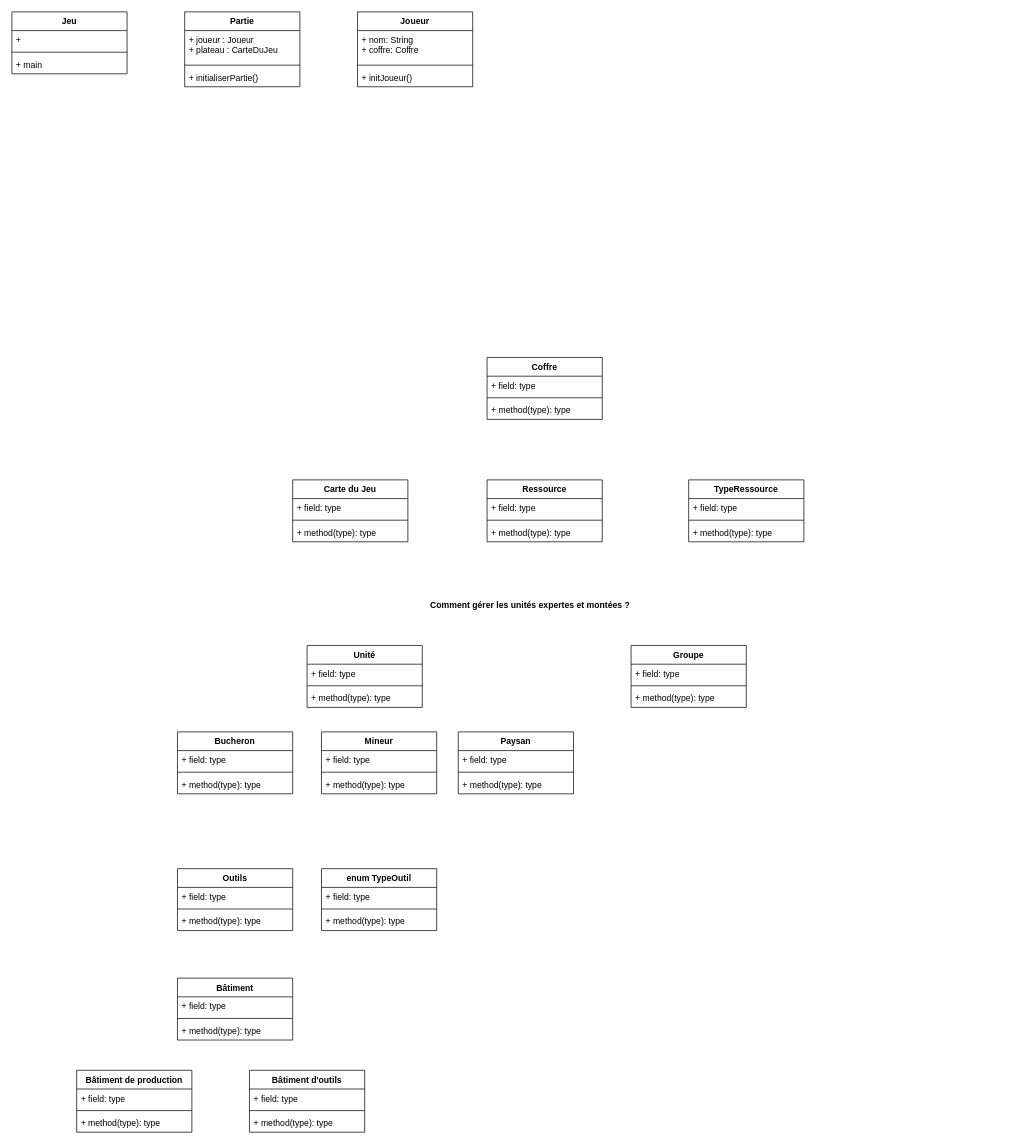
Before: uml.drawio in juchrt/jeu-strateges, a draw.io diagram. Source tidied: cells renumbered, new cells numbered last; positions are measured from the earlier drawing's top-left corner, leaving out a move shared by most shapes. Both pictures are drawn from the tidied source at 72%, with x=0, y=0 at pixel (12, 12).
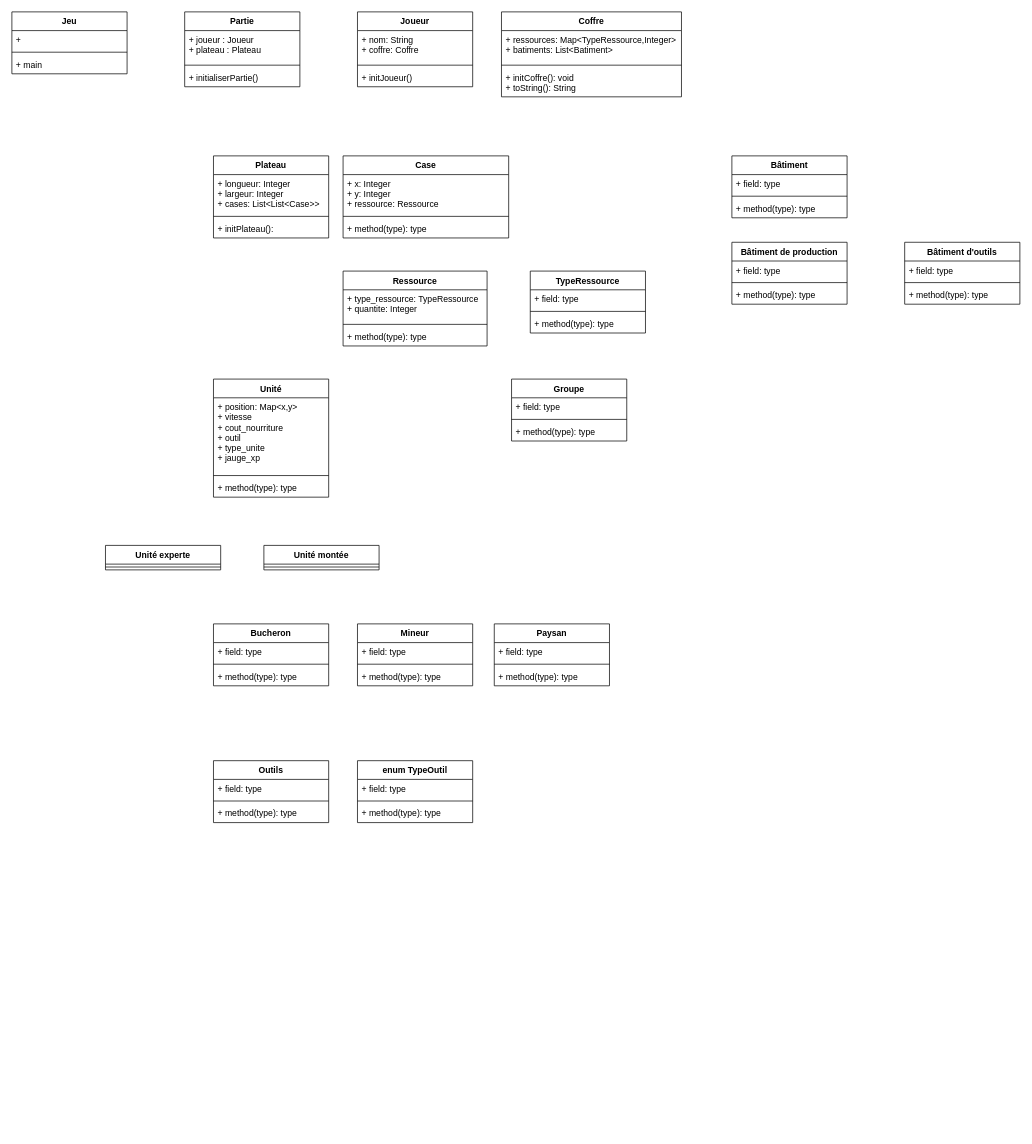
After the change.

Unchanged cells that the change refers to:
```xml
<mxCell id="63" value="Partie" style="swimlane;fontStyle=1;align=center;verticalAlign=top;horizontal=1;startSize=26;" parent="1" vertex="1">
  <mxGeometry x="240" width="160" height="104" as="geometry" />
</mxCell>
```

Change to the diagram source:
```diff
@@
     <mxCell id="2" value="Unité" style="swimlane;fontStyle=1;align=center;verticalAlign=top;horizontal=1;startSize=26;" parent="1" vertex="1">
-      <mxGeometry x="410" y="880" width="160" height="86" as="geometry" />
+      <mxGeometry x="280" y="510" width="160" height="164" as="geometry" />
     </mxCell>
-    <mxCell id="3" value="+ field: type" style="text;strokeColor=none;fillColor=none;align=left;verticalAlign=top;spacingLeft=4;spacingRight=4;overflow=hidden;" parent="2" vertex="1">
-      <mxGeometry y="26" width="160" height="26" as="geometry" />
+    <mxCell id="3" value="+ position: Map&lt;x,y&gt;&#10;+ vitesse&#10;+ cout_nourriture&#10;+ outil&#10;+ type_unite&#10;+ jauge_xp" style="text;strokeColor=none;fillColor=none;align=left;verticalAlign=top;spacingLeft=4;spacingRight=4;overflow=hidden;" parent="2" vertex="1">
+      <mxGeometry y="26" width="160" height="104" as="geometry" />
     </mxCell>
     <mxCell id="4" style="line;strokeWidth=1;fillColor=none;align=left;verticalAlign=middle;spacingTop=-1;spacingLeft=3;spacingRight=3;labelPosition=right;strokeColor=inherit;" parent="2" vertex="1">
-      <mxGeometry y="52" width="160" height="8" as="geometry" />
+      <mxGeometry y="130" width="160" height="8" as="geometry" />
     </mxCell>
     <mxCell id="5" value="+ method(type): type" style="text;strokeColor=none;fillColor=none;align=left;verticalAlign=top;spacingLeft=4;spacingRight=4;overflow=hidden;" parent="2" vertex="1">
-      <mxGeometry y="60" width="160" height="26" as="geometry" />
+      <mxGeometry y="138" width="160" height="26" as="geometry" />
     </mxCell>
     <mxCell id="6" value="Bucheron" style="swimlane;fontStyle=1;align=center;verticalAlign=top;horizontal=1;startSize=26;" parent="1" vertex="1">
-      <mxGeometry x="230" y="1000" width="160" height="86" as="geometry" />
+      <mxGeometry x="280" y="850" width="160" height="86" as="geometry" />
     </mxCell>
@@
     <mxCell id="10" value="Mineur" style="swimlane;fontStyle=1;align=center;verticalAlign=top;horizontal=1;startSize=26;" parent="1" vertex="1">
-      <mxGeometry x="430" y="1000" width="160" height="86" as="geometry" />
+      <mxGeometry x="480" y="850" width="160" height="86" as="geometry" />
     </mxCell>
@@
     <mxCell id="14" value="Paysan" style="swimlane;fontStyle=1;align=center;verticalAlign=top;horizontal=1;startSize=26;" parent="1" vertex="1">
-      <mxGeometry x="620" y="1000" width="160" height="86" as="geometry" />
+      <mxGeometry x="670" y="850" width="160" height="86" as="geometry" />
     </mxCell>
@@
     <mxCell id="18" value="Groupe" style="swimlane;fontStyle=1;align=center;verticalAlign=top;horizontal=1;startSize=26;" parent="1" vertex="1">
-      <mxGeometry x="860" y="880" width="160" height="86" as="geometry" />
+      <mxGeometry x="694" y="510" width="160" height="86" as="geometry" />
     </mxCell>
@@
-    <mxCell id="22" value="Carte du Jeu" style="swimlane;fontStyle=1;align=center;verticalAlign=top;horizontal=1;startSize=26;" parent="1" vertex="1">
-      <mxGeometry x="390" y="650" width="160" height="86" as="geometry" />
+    <mxCell id="22" value="Plateau" style="swimlane;fontStyle=1;align=center;verticalAlign=top;horizontal=1;startSize=26;" parent="1" vertex="1">
+      <mxGeometry x="280" y="200" width="160" height="114" as="geometry" />
     </mxCell>
-    <mxCell id="23" value="+ field: type" style="text;strokeColor=none;fillColor=none;align=left;verticalAlign=top;spacingLeft=4;spacingRight=4;overflow=hidden;" parent="22" vertex="1">
-      <mxGeometry y="26" width="160" height="26" as="geometry" />
+    <mxCell id="23" value="+ longueur: Integer&#10;+ largeur: Integer&#10;+ cases: List&lt;List&lt;Case&gt;&gt;" style="text;strokeColor=none;fillColor=none;align=left;verticalAlign=top;spacingLeft=4;spacingRight=4;overflow=hidden;" parent="22" vertex="1">
+      <mxGeometry y="26" width="160" height="54" as="geometry" />
     </mxCell>
     <mxCell id="24" style="line;strokeWidth=1;fillColor=none;align=left;verticalAlign=middle;spacingTop=-1;spacingLeft=3;spacingRight=3;labelPosition=right;strokeColor=inherit;" parent="22" vertex="1">
-      <mxGeometry y="52" width="160" height="8" as="geometry" />
+      <mxGeometry y="80" width="160" height="8" as="geometry" />
     </mxCell>
-    <mxCell id="25" value="+ method(type): type" style="text;strokeColor=none;fillColor=none;align=left;verticalAlign=top;spacingLeft=4;spacingRight=4;overflow=hidden;" parent="22" vertex="1">
-      <mxGeometry y="60" width="160" height="26" as="geometry" />
+    <mxCell id="25" value="+ initPlateau(): " style="text;strokeColor=none;fillColor=none;align=left;verticalAlign=top;spacingLeft=4;spacingRight=4;overflow=hidden;" parent="22" vertex="1">
+      <mxGeometry y="88" width="160" height="26" as="geometry" />
     </mxCell>
     <mxCell id="26" value="Ressource" style="swimlane;fontStyle=1;align=center;verticalAlign=top;horizontal=1;startSize=26;" parent="1" vertex="1">
-      <mxGeometry x="660" y="650" width="160" height="86" as="geometry" />
+      <mxGeometry x="460" y="360" width="200" height="104" as="geometry" />
     </mxCell>
-    <mxCell id="27" value="+ field: type" style="text;strokeColor=none;fillColor=none;align=left;verticalAlign=top;spacingLeft=4;spacingRight=4;overflow=hidden;" parent="26" vertex="1">
-      <mxGeometry y="26" width="160" height="26" as="geometry" />
+    <mxCell id="27" value="+ type_ressource: TypeRessource&#10;+ quantite: Integer" style="text;strokeColor=none;fillColor=none;align=left;verticalAlign=top;spacingLeft=4;spacingRight=4;overflow=hidden;" parent="26" vertex="1">
+      <mxGeometry y="26" width="200" height="44" as="geometry" />
     </mxCell>
     <mxCell id="28" style="line;strokeWidth=1;fillColor=none;align=left;verticalAlign=middle;spacingTop=-1;spacingLeft=3;spacingRight=3;labelPosition=right;strokeColor=inherit;" parent="26" vertex="1">
-      <mxGeometry y="52" width="160" height="8" as="geometry" />
+      <mxGeometry y="70" width="200" height="8" as="geometry" />
     </mxCell>
     <mxCell id="29" value="+ method(type): type" style="text;strokeColor=none;fillColor=none;align=left;verticalAlign=top;spacingLeft=4;spacingRight=4;overflow=hidden;" parent="26" vertex="1">
-      <mxGeometry y="60" width="160" height="26" as="geometry" />
+      <mxGeometry y="78" width="200" height="26" as="geometry" />
     </mxCell>
     <mxCell id="30" value="TypeRessource" style="swimlane;fontStyle=1;align=center;verticalAlign=top;horizontal=1;startSize=26;" parent="1" vertex="1">
-      <mxGeometry x="940" y="650" width="160" height="86" as="geometry" />
+      <mxGeometry x="720" y="360" width="160" height="86" as="geometry" />
     </mxCell>
@@
     <mxCell id="38" value="Coffre" style="swimlane;fontStyle=1;align=center;verticalAlign=top;horizontal=1;startSize=26;" parent="1" vertex="1">
-      <mxGeometry x="660" y="480" width="160" height="86" as="geometry" />
+      <mxGeometry x="680" width="250" height="118" as="geometry" />
     </mxCell>
-    <mxCell id="39" value="+ field: type" style="text;strokeColor=none;fillColor=none;align=left;verticalAlign=top;spacingLeft=4;spacingRight=4;overflow=hidden;" parent="38" vertex="1">
-      <mxGeometry y="26" width="160" height="26" as="geometry" />
+    <mxCell id="39" value="+ ressources: Map&lt;TypeRessource,Integer&gt;&#10;+ batiments: List&lt;Batiment&gt;" style="text;strokeColor=none;fillColor=none;align=left;verticalAlign=top;spacingLeft=4;spacingRight=4;overflow=hidden;" parent="38" vertex="1">
+      <mxGeometry y="26" width="250" height="44" as="geometry" />
     </mxCell>
     <mxCell id="40" style="line;strokeWidth=1;fillColor=none;align=left;verticalAlign=middle;spacingTop=-1;spacingLeft=3;spacingRight=3;labelPosition=right;strokeColor=inherit;" parent="38" vertex="1">
-      <mxGeometry y="52" width="160" height="8" as="geometry" />
+      <mxGeometry y="70" width="250" height="8" as="geometry" />
     </mxCell>
-    <mxCell id="41" value="+ method(type): type" style="text;strokeColor=none;fillColor=none;align=left;verticalAlign=top;spacingLeft=4;spacingRight=4;overflow=hidden;" parent="38" vertex="1">
-      <mxGeometry y="60" width="160" height="26" as="geometry" />
+    <mxCell id="41" value="+ initCoffre(): void&#10;+ toString(): String" style="text;strokeColor=none;fillColor=none;align=left;verticalAlign=top;spacingLeft=4;spacingRight=4;overflow=hidden;" parent="38" vertex="1">
+      <mxGeometry y="78" width="250" height="40" as="geometry" />
     </mxCell>
-    <mxCell id="42" value="Comment gérer les unités expertes et montées ?" style="text;align=center;fontStyle=1;verticalAlign=middle;spacingLeft=3;spacingRight=3;strokeColor=none;" parent="1" vertex="1">
-      <mxGeometry x="540" y="810" width="360" height="26" as="geometry" />
-    </mxCell>
     <mxCell id="43" value="Outils" style="swimlane;fontStyle=1;align=center;verticalAlign=top;horizontal=1;startSize=26;" parent="1" vertex="1">
-      <mxGeometry x="230" y="1190" width="160" height="86" as="geometry" />
+      <mxGeometry x="280" y="1040" width="160" height="86" as="geometry" />
     </mxCell>
@@
     <mxCell id="47" value="enum TypeOutil" style="swimlane;fontStyle=1;align=center;verticalAlign=top;horizontal=1;startSize=26;" parent="1" vertex="1">
-      <mxGeometry x="430" y="1190" width="160" height="86" as="geometry" />
+      <mxGeometry x="480" y="1040" width="160" height="86" as="geometry" />
     </mxCell>
@@
     <mxCell id="51" value="Bâtiment" style="swimlane;fontStyle=1;align=center;verticalAlign=top;horizontal=1;startSize=26;" parent="1" vertex="1">
-      <mxGeometry x="230" y="1342" width="160" height="86" as="geometry" />
+      <mxGeometry x="1000" y="200" width="160" height="86" as="geometry" />
     </mxCell>
@@
     <mxCell id="55" value="Bâtiment de production" style="swimlane;fontStyle=1;align=center;verticalAlign=top;horizontal=1;startSize=26;" parent="1" vertex="1">
-      <mxGeometry x="90" y="1470" width="160" height="86" as="geometry" />
+      <mxGeometry x="1000" y="320" width="160" height="86" as="geometry" />
     </mxCell>
@@
     <mxCell id="59" value="Bâtiment d'outils" style="swimlane;fontStyle=1;align=center;verticalAlign=top;horizontal=1;startSize=26;" parent="1" vertex="1">
-      <mxGeometry x="330" y="1470" width="160" height="86" as="geometry" />
+      <mxGeometry x="1240" y="320" width="160" height="86" as="geometry" />
     </mxCell>
@@
-    <mxCell id="64" value="+ joueur : Joueur&#10;+ plateau : CarteDuJeu" style="text;strokeColor=none;fillColor=none;align=left;verticalAlign=top;spacingLeft=4;spacingRight=4;overflow=hidden;" parent="63" vertex="1">
+    <mxCell id="64" value="+ joueur : Joueur&#10;+ plateau : Plateau" style="text;strokeColor=none;fillColor=none;align=left;verticalAlign=top;spacingLeft=4;spacingRight=4;overflow=hidden;" parent="63" vertex="1">
       <mxGeometry y="26" width="160" height="44" as="geometry" />
     </mxCell>
@@
+    <mxCell id="71" value="Case" style="swimlane;fontStyle=1;align=center;verticalAlign=top;horizontal=1;startSize=26;" parent="1" vertex="1">
+      <mxGeometry x="460" y="200" width="230" height="114" as="geometry" />
+    </mxCell>
+    <mxCell id="72" value="+ x: Integer&#10;+ y: Integer&#10;+ ressource: Ressource" style="text;strokeColor=none;fillColor=none;align=left;verticalAlign=top;spacingLeft=4;spacingRight=4;overflow=hidden;" parent="71" vertex="1">
+      <mxGeometry y="26" width="230" height="54" as="geometry" />
+    </mxCell>
+    <mxCell id="73" style="line;strokeWidth=1;fillColor=none;align=left;verticalAlign=middle;spacingTop=-1;spacingLeft=3;spacingRight=3;labelPosition=right;strokeColor=inherit;" parent="71" vertex="1">
+      <mxGeometry y="80" width="230" height="8" as="geometry" />
+    </mxCell>
+    <mxCell id="74" value="+ method(type): type" style="text;strokeColor=none;fillColor=none;align=left;verticalAlign=top;spacingLeft=4;spacingRight=4;overflow=hidden;" parent="71" vertex="1">
+      <mxGeometry y="88" width="230" height="26" as="geometry" />
+    </mxCell>
+    <mxCell id="75" value="Unité experte" style="swimlane;fontStyle=1;align=center;verticalAlign=top;horizontal=1;startSize=26;" parent="1" vertex="1">
+      <mxGeometry x="130" y="741" width="160" height="34" as="geometry" />
+    </mxCell>
+    <mxCell id="76" style="line;strokeWidth=1;fillColor=none;align=left;verticalAlign=middle;spacingTop=-1;spacingLeft=3;spacingRight=3;labelPosition=right;strokeColor=inherit;" parent="75" vertex="1">
+      <mxGeometry y="26" width="160" height="8" as="geometry" />
+    </mxCell>
+    <mxCell id="77" value="Unité montée" style="swimlane;fontStyle=1;align=center;verticalAlign=top;horizontal=1;startSize=26;" parent="1" vertex="1">
+      <mxGeometry x="350" y="741" width="160" height="34" as="geometry" />
+    </mxCell>
+    <mxCell id="78" style="line;strokeWidth=1;fillColor=none;align=left;verticalAlign=middle;spacingTop=-1;spacingLeft=3;spacingRight=3;labelPosition=right;strokeColor=inherit;" parent="77" vertex="1">
+      <mxGeometry y="26" width="160" height="8" as="geometry" />
+    </mxCell>
```
